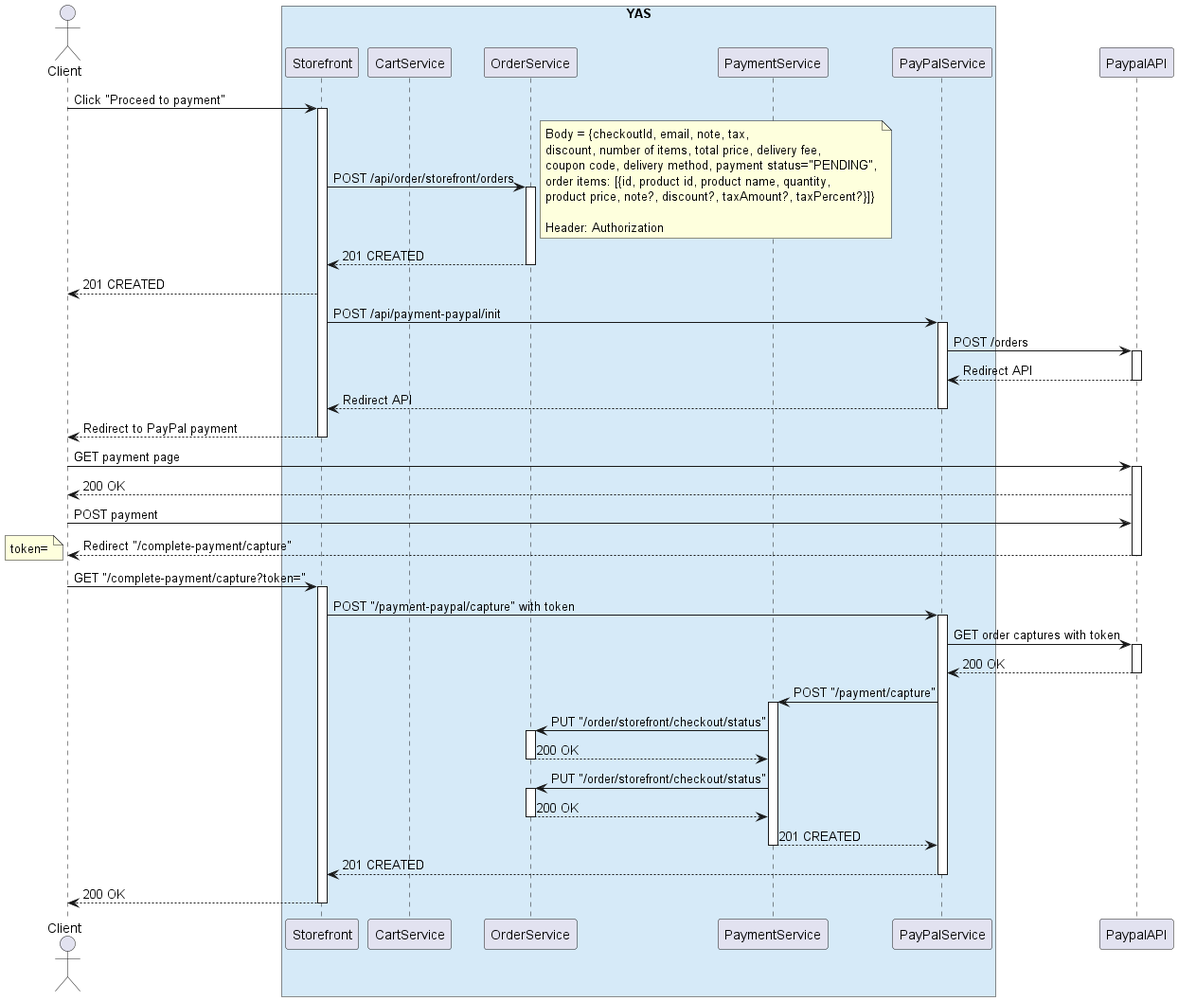
This is order/docs/img/Create order flow.png from nashtech-garage/yas, a PlantUML export, as it was before one commit.
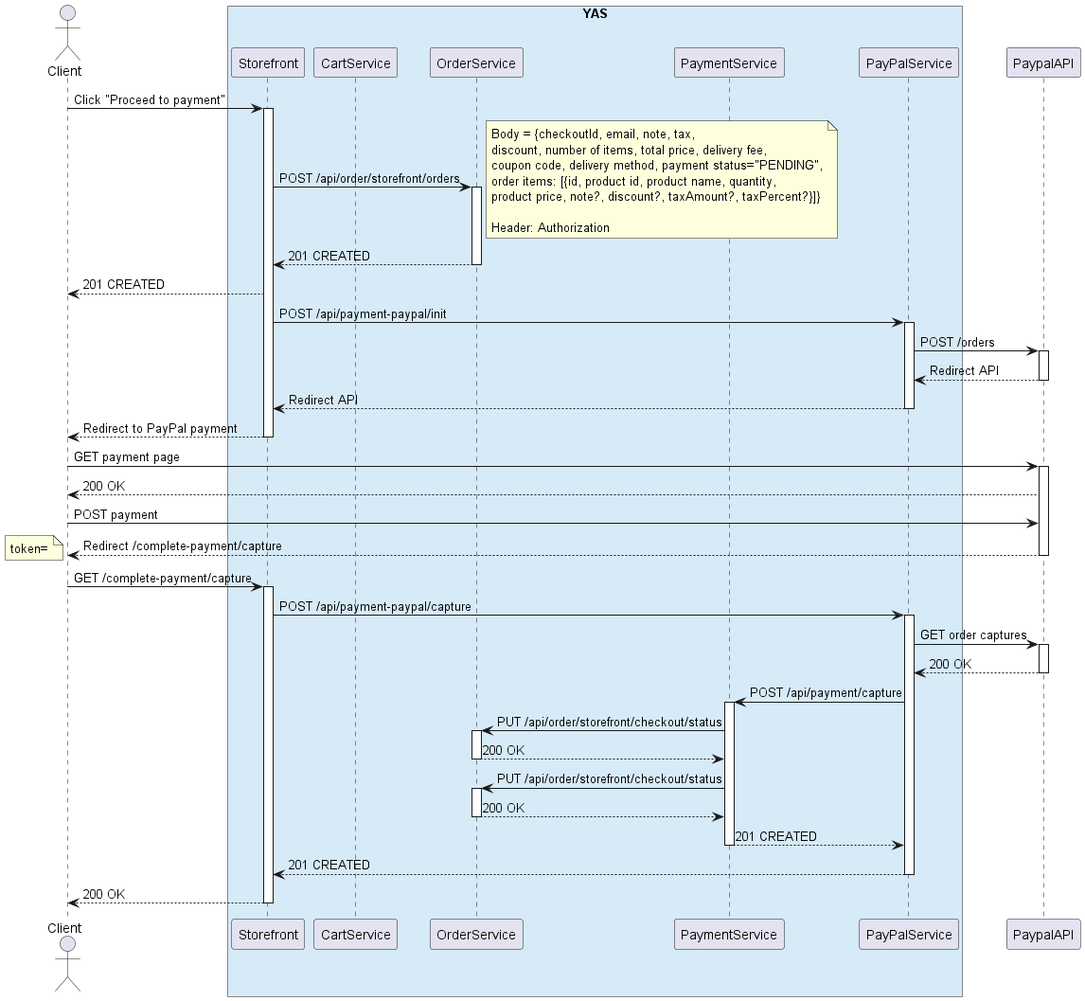
Later version of the same file.

Commit message:
Small change in sequence diagrams

The edit, as a diff of the source:
```diff
@@ -39,26 +39,26 @@
 activate ppAPI
 ppAPI --> Client: 200 OK
 Client -> ppAPI: POST payment
-ppAPI --> Client: Redirect "/complete-payment/capture"
+ppAPI --> Client: Redirect /complete-payment/capture
 note left
 token=
 end note
 deactivate ppAPI
-Client -> NextJs: GET "/complete-payment/capture?token="
+Client -> NextJs: GET /complete-payment/capture
 activate NextJs
-NextJs -> ppal: POST "/payment-paypal/capture" with token
+NextJs -> ppal: POST /api/payment-paypal/capture
 activate ppal
-ppal -> ppAPI: GET order captures with token
+ppal -> ppAPI: GET order captures
 activate ppAPI
 ppAPI --> ppal: 200 OK
 deactivate ppAPI
-ppal -> payment: POST "/payment/capture"
+ppal -> payment: POST /api/payment/capture
 activate payment
-payment -> order: PUT "/order/storefront/checkout/status"
+payment -> order: PUT /api/order/storefront/checkout/status
 activate order
 order --> payment: 200 OK
 deactivate order
-payment -> order: PUT "/order/storefront/checkout/status"
+payment -> order: PUT /api/order/storefront/checkout/status
 activate order
 order --> payment: 200 OK
 deactivate order
@@ -68,6 +68,4 @@
 deactivate ppal
 NextJs --> Client: 200 OK
 deactivate NextJs
-
-deactivate NextJs
 @enduml
```
